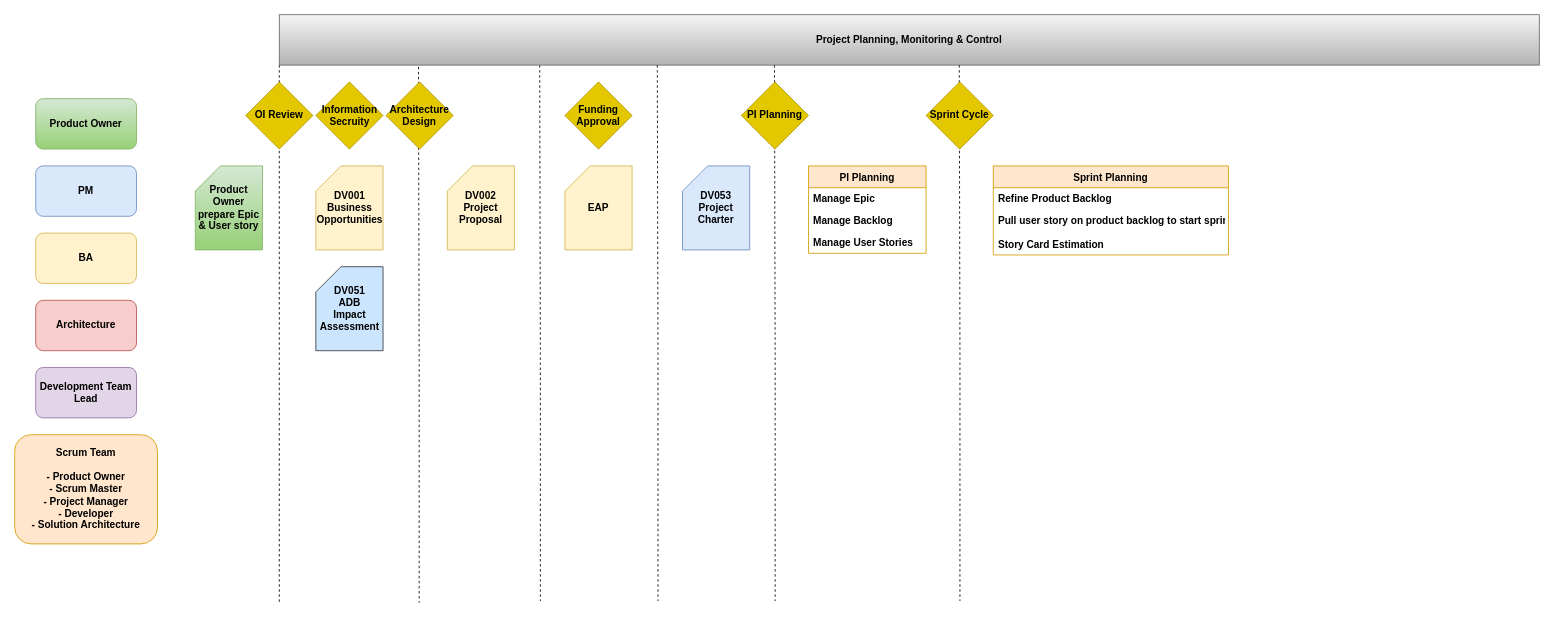
This is Untitled Diagram.drawio from matthewyuwanghin/Assignment1-, a draw.io file, before an edit. Source tidied: cells renumbered, new cells numbered last; positions are measured from the earlier drawing's top-left corner, leaving out a move shared by most shapes. Both pictures are drawn from the tidied source at 84%, with x=0, y=0 at pixel (14, 14).
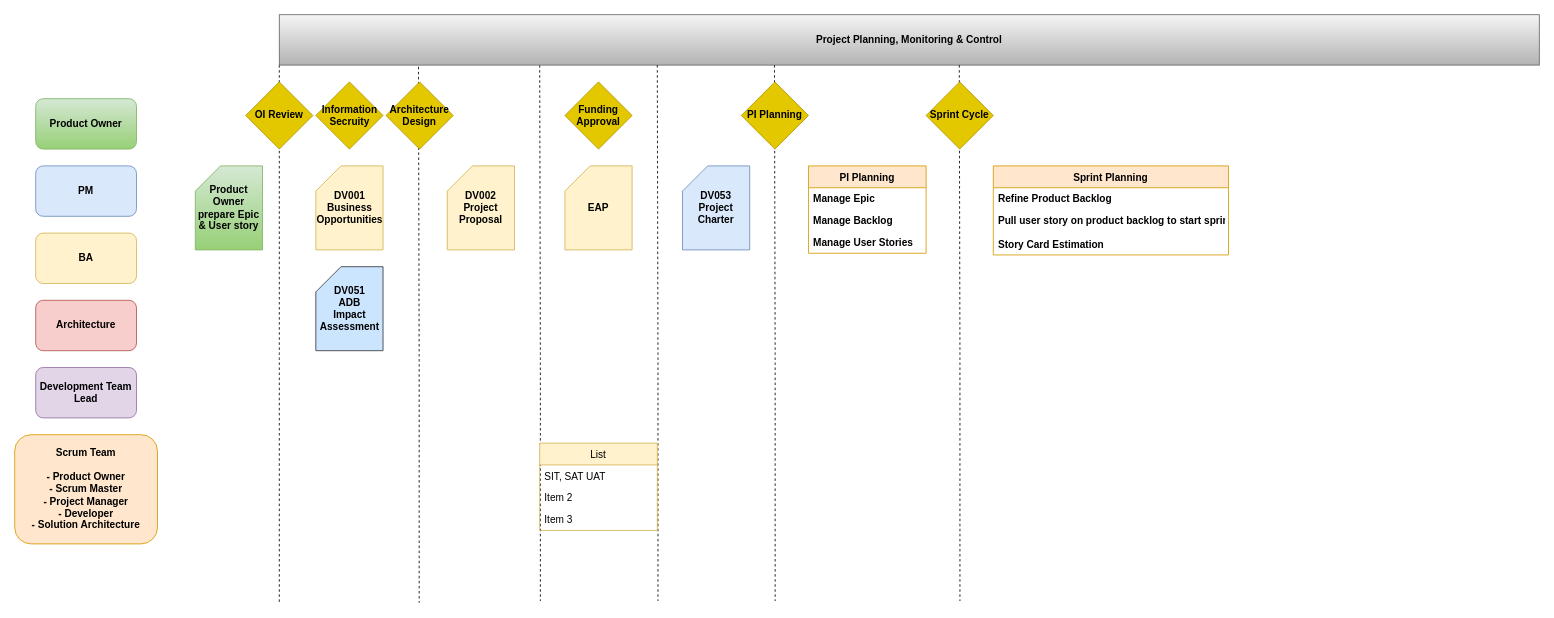
After the change.

Change to the diagram source:
```diff
@@
+    <mxCell id="35" value="List" style="swimlane;fontStyle=0;horizontal=1;startSize=26;fillColor=#fff2cc;strokeColor=#d6b656;" parent="1" vertex="1">
+      <mxGeometry x="625" y="510" width="140" height="104" as="geometry" />
+    </mxCell>
+    <mxCell id="36" value="SIT, SAT UAT" style="text;strokeColor=none;fillColor=none;align=left;verticalAlign=top;spacingLeft=4;spacingRight=4;overflow=hidden;" parent="35" vertex="1">
+      <mxGeometry y="26" width="140" height="26" as="geometry" />
+    </mxCell>
+    <mxCell id="37" value="Item 2" style="text;strokeColor=none;fillColor=none;align=left;verticalAlign=top;spacingLeft=4;spacingRight=4;overflow=hidden;" parent="35" vertex="1">
+      <mxGeometry y="52" width="140" height="26" as="geometry" />
+    </mxCell>
+    <mxCell id="38" value="Item 3" style="text;strokeColor=none;fillColor=none;align=left;verticalAlign=top;spacingLeft=4;spacingRight=4;overflow=hidden;" parent="35" vertex="1">
+      <mxGeometry y="78" width="140" height="26" as="geometry" />
+    </mxCell>
```
